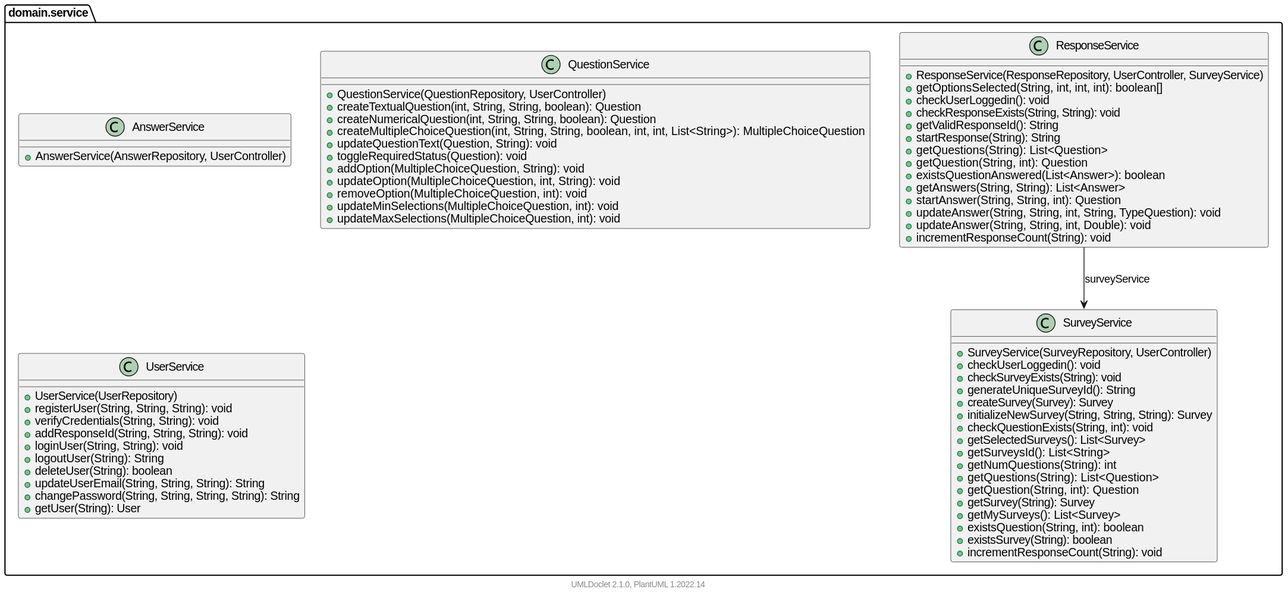
Earlier version of the PlantUML export DOC/javadoc/domain/service/package.svg (felipenugo/k-surveys). Its diagram source:
```plantuml
@startuml
    namespace domain.service {

        class AnswerService [[AnswerService.html]] {
            +AnswerService(AnswerRepository, UserController)
        }

        class QuestionService [[QuestionService.html]] {
            +QuestionService(QuestionRepository, UserController)
            +createTextualQuestion(int, String, String, boolean): Question
            +createNumericalQuestion(int, String, String, boolean): Question
            +createMultipleChoiceQuestion(int, String, String, boolean, int, int, List<String>): MultipleChoiceQuestion
            +updateQuestionText(Question, String): void
            +toggleRequiredStatus(Question): void
            +addOption(MultipleChoiceQuestion, String): void
            +updateOption(MultipleChoiceQuestion, int, String): void
            +removeOption(MultipleChoiceQuestion, int): void
            +updateMinSelections(MultipleChoiceQuestion, int): void
            +updateMaxSelections(MultipleChoiceQuestion, int): void
        }

        class ResponseService [[ResponseService.html]] {
            +ResponseService(ResponseRepository, UserController, SurveyService)
            +getOptionsSelected(String, int, int, int): boolean[]
            +checkUserLoggedin(): void
            +checkResponseExists(String, String): void
            +getValidResponseId(): String
            +startResponse(String): String
            +getQuestions(String): List<Question>
            +getQuestion(String, int): Question
            +existsQuestionAnswered(List<Answer>): boolean
            +getAnswers(String, String): List<Answer>
            +startAnswer(String, String, int): Question
            +updateAnswer(String, String, int, String, TypeQuestion): void
            +updateAnswer(String, String, int, Double): void
            +incrementResponseCount(String): void
        }

        class SurveyService [[SurveyService.html]] {
            +SurveyService(SurveyRepository, UserController)
            +checkUserLoggedin(): void
            +checkSurveyExists(String): void
            +generateUniqueSurveyId(): String
            +createSurvey(Survey): Survey
            +initializeNewSurvey(String, String, String): Survey
            +checkQuestionExists(String, int): void
            +getSelectedSurveys(): List<Survey>
            +getSurveysId(): List<String>
            +getNumQuestions(String): int
            +getQuestions(String): List<Question>
            +getQuestion(String, int): Question
            +getSurvey(String): Survey
            +getMySurveys(): List<Survey>
            +existsQuestion(String, int): boolean
            +existsSurvey(String): boolean
            +incrementResponseCount(String): void
        }

        class UserService [[UserService.html]] {
            +UserService(UserRepository)
            +registerUser(String, String, String): void
            +verifyCredentials(String, String): void
            +addResponseId(String, String, String): void
            +loginUser(String, String): void
            +logoutUser(String): String
            +deleteUser(String): boolean
            +updateUserEmail(String, String, String): String
            +changePassword(String, String, String, String): String
            +getUser(String): User
        }

        ResponseService --> SurveyService: surveyService
    }

    center footer UMLDoclet 2.1.0, PlantUML %version()
@enduml
```
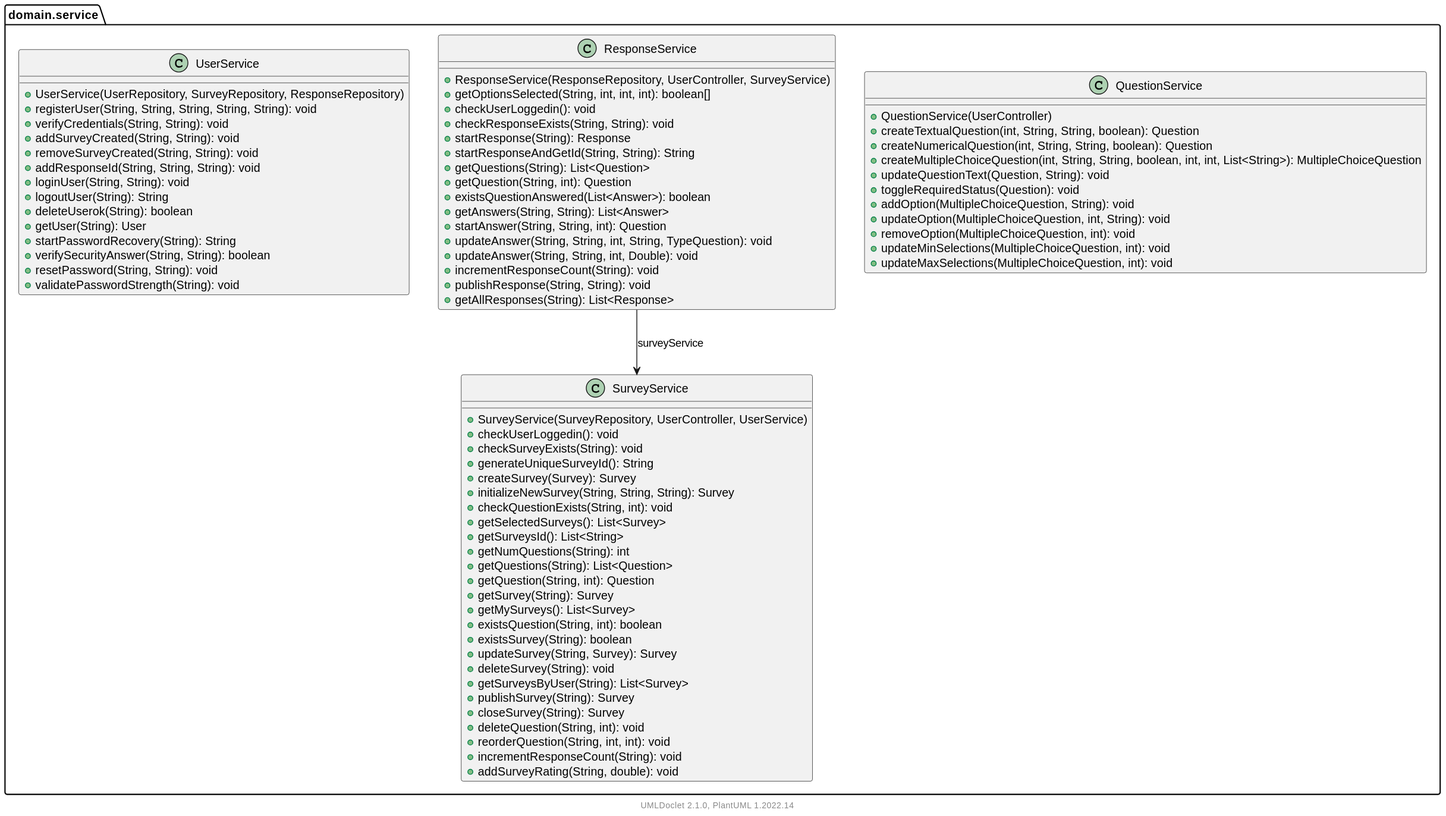
After the change.

Diff of the diagram source:
```diff
@@ -1,12 +1,8 @@
 @startuml
     namespace domain.service {
 
-        class AnswerService [[AnswerService.html]] {
-            +AnswerService(AnswerRepository, UserController)
-        }
-
         class QuestionService [[QuestionService.html]] {
-            +QuestionService(QuestionRepository, UserController)
+            +QuestionService(UserController)
             +createTextualQuestion(int, String, String, boolean): Question
             +createNumericalQuestion(int, String, String, boolean): Question
             +createMultipleChoiceQuestion(int, String, String, boolean, int, int, List<String>): MultipleChoiceQuestion
@@ -24,8 +20,8 @@
             +getOptionsSelected(String, int, int, int): boolean[]
             +checkUserLoggedin(): void
             +checkResponseExists(String, String): void
-            +getValidResponseId(): String
-            +startResponse(String): String
+            +startResponse(String): Response
+            +startResponseAndGetId(String, String): String
             +getQuestions(String): List<Question>
             +getQuestion(String, int): Question
             +existsQuestionAnswered(List<Answer>): boolean
@@ -34,10 +30,12 @@
             +updateAnswer(String, String, int, String, TypeQuestion): void
             +updateAnswer(String, String, int, Double): void
             +incrementResponseCount(String): void
+            +publishResponse(String, String): void
+            +getAllResponses(String): List<Response>
         }
 
         class SurveyService [[SurveyService.html]] {
-            +SurveyService(SurveyRepository, UserController)
+            +SurveyService(SurveyRepository, UserController, UserService)
             +checkUserLoggedin(): void
             +checkSurveyExists(String): void
             +generateUniqueSurveyId(): String
@@ -53,20 +51,32 @@
             +getMySurveys(): List<Survey>
             +existsQuestion(String, int): boolean
             +existsSurvey(String): boolean
+            +updateSurvey(String, Survey): Survey
+            +deleteSurvey(String): void
+            +getSurveysByUser(String): List<Survey>
+            +publishSurvey(String): Survey
+            +closeSurvey(String): Survey
+            +deleteQuestion(String, int): void
+            +reorderQuestion(String, int, int): void
             +incrementResponseCount(String): void
+            +addSurveyRating(String, double): void
         }
 
         class UserService [[UserService.html]] {
-            +UserService(UserRepository)
-            +registerUser(String, String, String): void
+            +UserService(UserRepository, SurveyRepository, ResponseRepository)
+            +registerUser(String, String, String, String, String): void
             +verifyCredentials(String, String): void
+            +addSurveyCreated(String, String): void
+            +removeSurveyCreated(String, String): void
             +addResponseId(String, String, String): void
             +loginUser(String, String): void
             +logoutUser(String): String
-            +deleteUser(String): boolean
-            +updateUserEmail(String, String, String): String
-            +changePassword(String, String, String, String): String
+            +deleteUserok(String): boolean
             +getUser(String): User
+            +startPasswordRecovery(String): String
+            +verifySecurityAnswer(String, String): boolean
+            +resetPassword(String, String): void
+            +validatePasswordStrength(String): void
         }
 
         ResponseService --> SurveyService: surveyService
```
